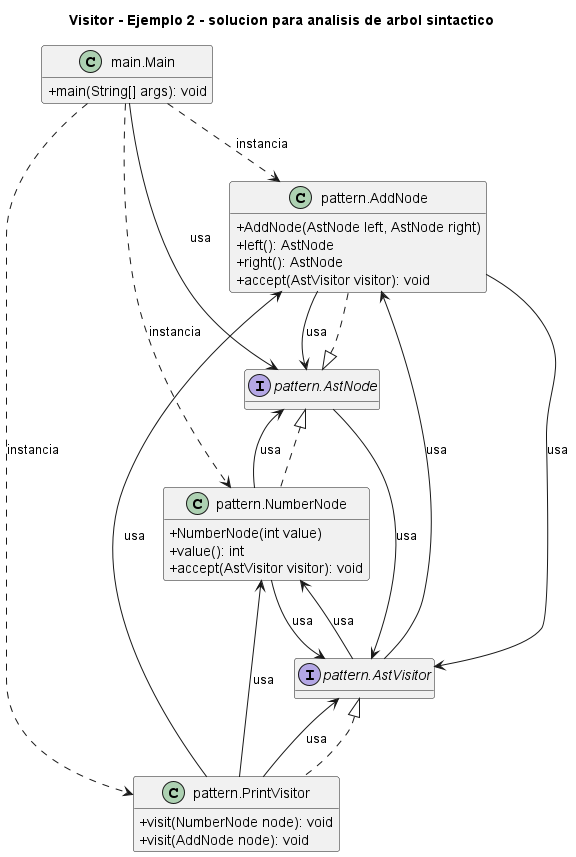
Earlier version of the PlantUML export 3. Comportamentales/Visitor/Ejemplo 2 - solucion para analisis de arbol sintactico/UML.png (NicoCG32/Patrones-de-Software-y-Programacion-UCN).
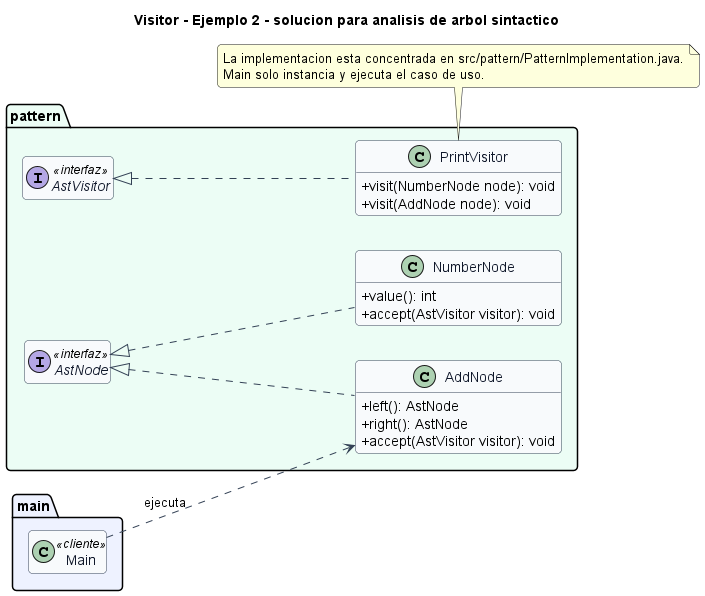
After the change.

Diff of the diagram source:
```diff
@@ -1,44 +1,49 @@
 @startuml
 title Visitor - Ejemplo 2 - solucion para analisis de arbol sintactico
+left to right direction
+skinparam backgroundColor #FFFFFF
+skinparam shadowing false
+skinparam roundcorner 8
 skinparam classAttributeIconSize 0
-hide empty fields
-class "main.Main" as main_Main {
-  +main(String[] args): void
+skinparam class {
+  BackgroundColor #F8FAFC
+  BorderColor #334155
+  ArrowColor #334155
+  FontColor #0F172A
 }
-class "pattern.AddNode" as pattern_AddNode {
-  +AddNode(AstNode left, AstNode right)
-  +left(): AstNode
-  +right(): AstNode
-  +accept(AstVisitor visitor): void
+hide empty members
+
+package "main" #EEF2FF {
+  class Main <<cliente>>
 }
-interface "pattern.AstNode" as pattern_AstNode {
+
+package "pattern" #ECFDF5 {
+  class AddNode {
+    +left(): AstNode
+    +right(): AstNode
+    +accept(AstVisitor visitor): void
+  }
+  interface AstNode <<interfaz>> {
+  }
+  interface AstVisitor <<interfaz>> {
+  }
+  class NumberNode {
+    +value(): int
+    +accept(AstVisitor visitor): void
+  }
+  class PrintVisitor {
+    +visit(NumberNode node): void
+    +visit(AddNode node): void
+  }
 }
-interface "pattern.AstVisitor" as pattern_AstVisitor {
-}
-class "pattern.NumberNode" as pattern_NumberNode {
-  +NumberNode(int value)
-  +value(): int
-  +accept(AstVisitor visitor): void
-}
-class "pattern.PrintVisitor" as pattern_PrintVisitor {
-  +visit(NumberNode node): void
-  +visit(AddNode node): void
-}
-pattern_AstNode <|.. pattern_AddNode
-pattern_AstNode <|.. pattern_NumberNode
-pattern_AstVisitor <|.. pattern_PrintVisitor
-main_Main ..> pattern_AddNode : instancia
-main_Main --> pattern_AstNode : usa
-main_Main ..> pattern_NumberNode : instancia
-main_Main ..> pattern_PrintVisitor : instancia
-pattern_AddNode --> pattern_AstNode : usa
-pattern_AddNode --> pattern_AstVisitor : usa
-pattern_AstNode --> pattern_AstVisitor : usa
-pattern_AstVisitor --> pattern_AddNode : usa
-pattern_AstVisitor --> pattern_NumberNode : usa
-pattern_NumberNode --> pattern_AstNode : usa
-pattern_NumberNode --> pattern_AstVisitor : usa
-pattern_PrintVisitor --> pattern_AddNode : usa
-pattern_PrintVisitor --> pattern_AstVisitor : usa
-pattern_PrintVisitor --> pattern_NumberNode : usa
+
+AstNode <|.. AddNode
+AstNode <|.. NumberNode
+AstVisitor <|.. PrintVisitor
+Main ..> AddNode : ejecuta
+
+note bottom
+La implementacion esta concentrada en src/pattern/PatternImplementation.java.
+Main solo instancia y ejecuta el caso de uso.
+end note
 @enduml
```
